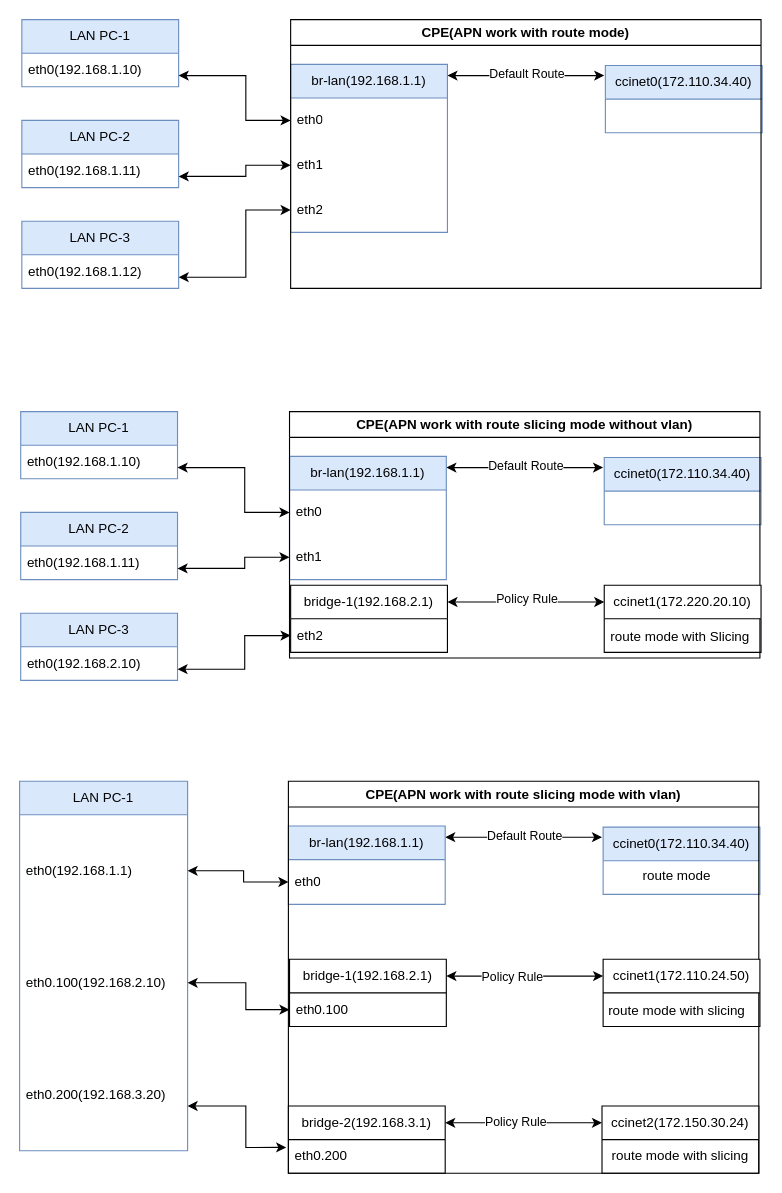
Before: page "Common" (1 of 3) of Data/Untitled Diagram.drawio in HemingT/Diagram, a draw.io diagram. Source tidied: cells renumbered, new cells numbered last; positions are measured from the earlier drawing's top-left corner, leaving out a move shared by most shapes. Both pictures are drawn from the tidied source at 112%, with x=0, y=0 at pixel (19, 19).
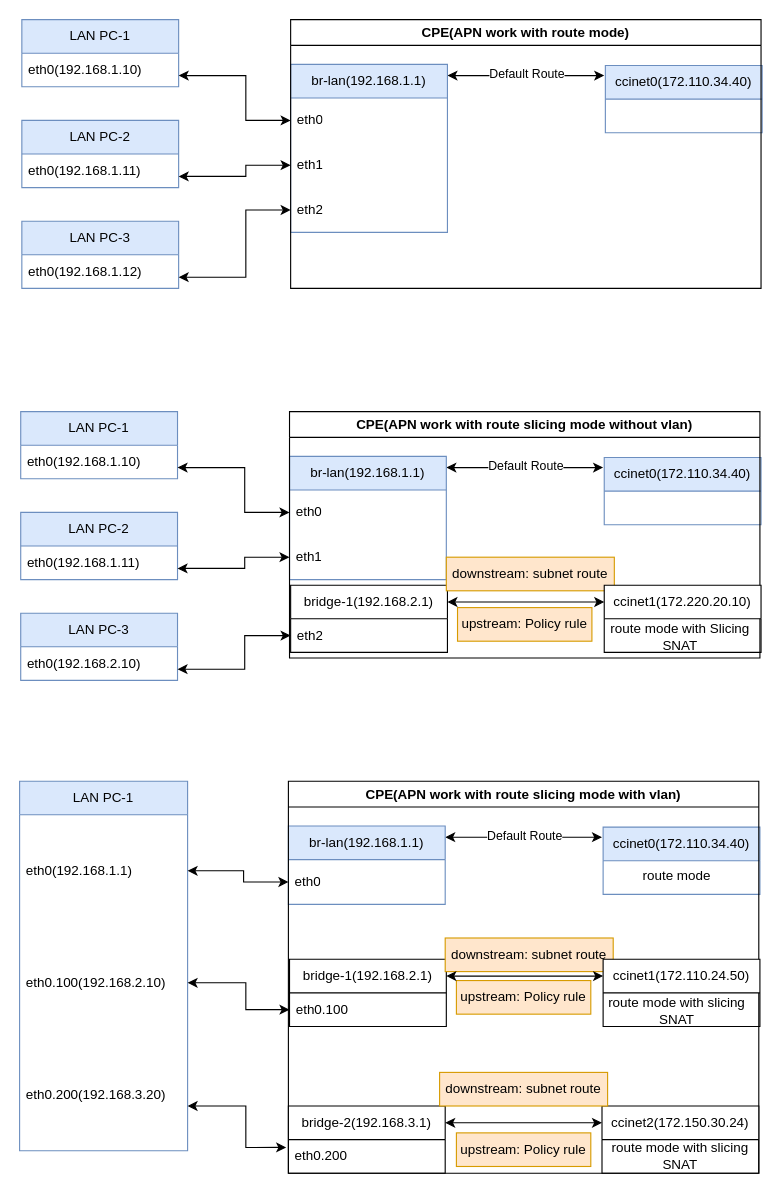
After the change.

Unchanged cells that the change refers to:
```xml
<mxCell id="34" value="CPE(APN work with route slicing mode without vlan)" style="swimlane;whiteSpace=wrap;html=1;" parent="1" vertex="1">
  <mxGeometry x="241" y="350" width="420" height="220" as="geometry" />
</mxCell>
<mxCell id="48" value="CPE(APN work with route slicing mode with vlan)" style="swimlane;whiteSpace=wrap;html=1;" parent="1" vertex="1">
  <mxGeometry x="240" y="680" width="420" height="350" as="geometry" />
</mxCell>
<mxCell id="53" value="ccinet2(172.150.30.24)" style="swimlane;fontStyle=0;horizontal=1;startSize=30;whiteSpace=wrap;html=1;" parent="48" vertex="1">
  <mxGeometry x="280" y="290" width="140" height="60" as="geometry" />
</mxCell>
<mxCell id="55" style="endArrow=classic;startArrow=classic;html=1;rounded=0;entryX=0;entryY=0.25;entryDx=0;entryDy=0;exitX=1;exitY=0.25;exitDx=0;exitDy=0;" parent="48" edge="1" source="51" target="53">
  <mxGeometry relative="1" as="geometry">
    <Array as="points">
      <mxPoint x="231" y="305" />
    </Array>
  </mxGeometry>
</mxCell>
<mxCell id="58" style="endArrow=classic;startArrow=classic;html=1;rounded=0;entryX=0;entryY=0.25;entryDx=0;entryDy=0;exitX=1;exitY=0.25;exitDx=0;exitDy=0;" parent="1" edge="1" source="49" target="57">
  <mxGeometry relative="1" as="geometry">
    <Array as="points">
      <mxPoint x="472" y="854" />
    </Array>
  </mxGeometry>
</mxCell>
<mxCell id="64" style="endArrow=classic;startArrow=classic;html=1;rounded=0;entryX=0;entryY=0.25;entryDx=0;entryDy=0;exitX=1;exitY=0.25;exitDx=0;exitDy=0;" parent="1" edge="1" source="35" target="37">
  <mxGeometry relative="1" as="geometry" />
</mxCell>
```

Change to the diagram source:
```diff
@@
+    <mxCell id="67" value="upstream: Policy rule" style="text;html=1;whiteSpace=wrap;strokeColor=#d79b00;fillColor=#ffe6cc;align=center;verticalAlign=middle;rounded=0;" parent="34" vertex="1">
+      <mxGeometry x="150" y="175" width="120" height="30" as="geometry" />
+    </mxCell>
+    <mxCell id="68" value="downstream: subnet route" style="text;html=1;whiteSpace=wrap;strokeColor=#d79b00;fillColor=#ffe6cc;align=center;verticalAlign=middle;rounded=0;" parent="34" vertex="1">
+      <mxGeometry x="140" y="130" width="150" height="30" as="geometry" />
+    </mxCell>
@@
-    <mxCell id="54" value="route mode with slicing" style="text;html=1;whiteSpace=wrap;strokeColor=none;fillColor=none;align=center;verticalAlign=middle;rounded=0;" parent="53" vertex="1">
+    <mxCell id="54" value="route mode with slicing&lt;br&gt;SNAT" style="text;html=1;whiteSpace=wrap;strokeColor=none;fillColor=none;align=center;verticalAlign=middle;rounded=0;" parent="53" vertex="1">
       <mxGeometry y="30" width="140" height="30" as="geometry" />
     </mxCell>
@@
-    <mxCell id="56" value="Policy Rule" style="edgeLabel;html=1;align=center;verticalAlign=middle;" parent="55" vertex="1">
-      <mxGeometry x="-0.11" y="2" relative="1" as="geometry" />
-    </mxCell>
+    <mxCell id="69" value="upstream: Policy rule" style="text;html=1;whiteSpace=wrap;strokeColor=#d79b00;fillColor=#ffe6cc;align=center;verticalAlign=middle;rounded=0;" parent="48" vertex="1">
+      <mxGeometry x="150" y="178" width="120" height="30" as="geometry" />
+    </mxCell>
+    <mxCell id="70" value="downstream: subnet route" style="text;html=1;whiteSpace=wrap;strokeColor=#d79b00;fillColor=#ffe6cc;align=center;verticalAlign=middle;rounded=0;" parent="48" vertex="1">
+      <mxGeometry x="140" y="140" width="150" height="30" as="geometry" />
+    </mxCell>
+    <mxCell id="71" value="upstream: Policy rule" style="text;html=1;whiteSpace=wrap;strokeColor=#d79b00;fillColor=#ffe6cc;align=center;verticalAlign=middle;rounded=0;" parent="48" vertex="1">
+      <mxGeometry x="150" y="314" width="120" height="30" as="geometry" />
+    </mxCell>
+    <mxCell id="72" value="downstream: subnet route" style="text;html=1;whiteSpace=wrap;strokeColor=#d79b00;fillColor=#ffe6cc;align=center;verticalAlign=middle;rounded=0;" parent="48" vertex="1">
+      <mxGeometry x="135" y="260" width="150" height="30" as="geometry" />
+    </mxCell>
@@
-    <mxCell id="59" value="Policy Rule" style="edgeLabel;html=1;align=center;verticalAlign=middle;" parent="58" vertex="1">
-      <mxGeometry x="-0.17" relative="1" as="geometry" />
-    </mxCell>
@@
-    <mxCell id="63" value="route mode with slicing" style="text;html=1;whiteSpace=wrap;strokeColor=none;fillColor=none;align=center;verticalAlign=middle;rounded=0;" parent="1" vertex="1">
+    <mxCell id="63" value="route mode with slicing&lt;br&gt;SNAT" style="text;html=1;whiteSpace=wrap;strokeColor=none;fillColor=none;align=center;verticalAlign=middle;rounded=0;" parent="1" vertex="1">
       <mxGeometry x="522" y="870" width="130" height="30" as="geometry" />
     </mxCell>
@@
-    <mxCell id="65" value="Policy Rule" style="edgeLabel;html=1;align=center;verticalAlign=middle;" parent="64" vertex="1">
-      <mxGeometry y="4" relative="1" as="geometry" />
-    </mxCell>
-    <mxCell id="66" value="route mode with Slicing" style="text;html=1;whiteSpace=wrap;strokeColor=none;fillColor=none;align=center;verticalAlign=middle;rounded=0;" parent="1" vertex="1">
+    <mxCell id="66" value="route mode with Slicing&lt;br&gt;SNAT" style="text;html=1;whiteSpace=wrap;strokeColor=none;fillColor=none;align=center;verticalAlign=middle;rounded=0;" parent="1" vertex="1">
       <mxGeometry x="525" y="536" width="130" height="30" as="geometry" />
     </mxCell>
```
